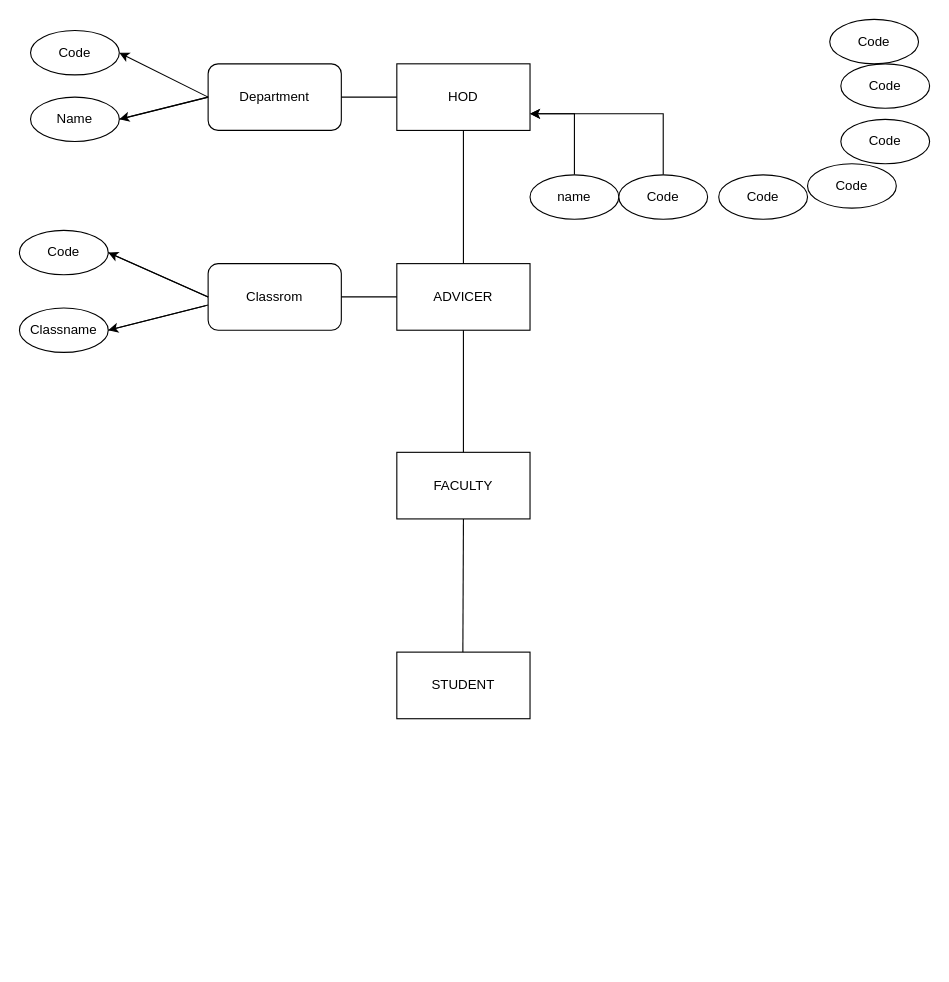
Earlier version of the draw.io diagram edulink.drawio (rajeshgowda116/Edulink). Source tidied: cells renumbered, new cells numbered last; positions are measured from the earlier drawing's top-left corner, leaving out a move shared by most shapes. Both pictures are drawn from the tidied source at 111%, with x=0, y=0 at pixel (19, 19).
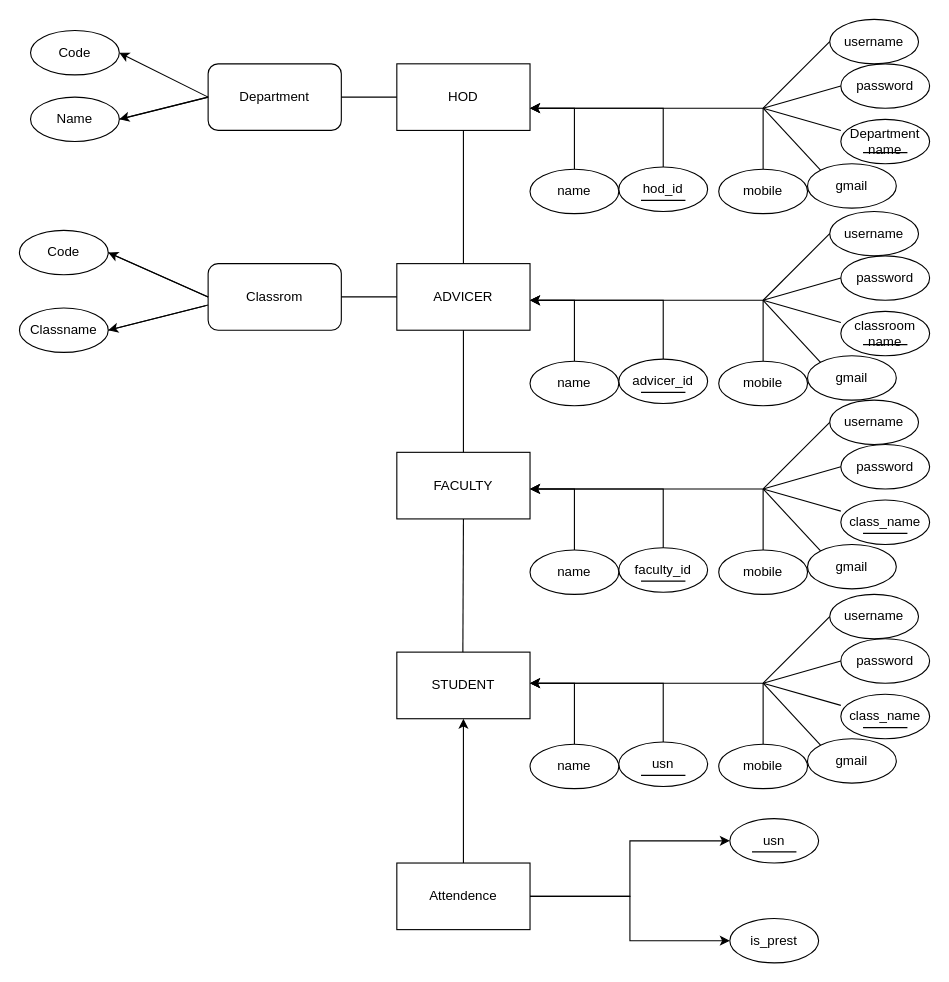
The same page after the edit.

The change refers to these unchanged cells:
```xml
<mxCell id="3" value="HOD" style="rounded=0;whiteSpace=wrap;html=1;" parent="1" vertex="1">
  <mxGeometry x="340" y="40" width="120" height="60" as="geometry" />
</mxCell>
<mxCell id="5" value="STUDENT" style="rounded=0;whiteSpace=wrap;html=1;" parent="1" vertex="1">
  <mxGeometry x="340" y="570" width="120" height="60" as="geometry" />
</mxCell>
```

Diff of the diagram source:
```diff
@@
-    <mxCell id="20" value="Code" style="ellipse;whiteSpace=wrap;html=1;" parent="1" vertex="1">
+    <mxCell id="20" value="username" style="ellipse;whiteSpace=wrap;html=1;" parent="1" vertex="1">
       <mxGeometry x="730" width="80" height="40" as="geometry" />
     </mxCell>
-    <mxCell id="21" value="Code" style="ellipse;whiteSpace=wrap;html=1;" parent="1" vertex="1">
+    <mxCell id="21" value="password" style="ellipse;whiteSpace=wrap;html=1;" parent="1" vertex="1">
       <mxGeometry x="740" y="40" width="80" height="40" as="geometry" />
     </mxCell>
-    <mxCell id="22" value="Code" style="ellipse;whiteSpace=wrap;html=1;" parent="1" vertex="1">
+    <mxCell id="22" value="gmail" style="ellipse;whiteSpace=wrap;html=1;" parent="1" vertex="1">
       <mxGeometry x="710" y="130" width="80" height="40" as="geometry" />
     </mxCell>
-    <mxCell id="23" style="edgeStyle=orthogonalEdgeStyle;rounded=0;jettySize=auto;html=1;entryX=1;entryY=0.75;entryDx=0;entryDy=0;" parent="1" edge="1" source="24" target="3">
-      <mxGeometry relative="1" as="geometry" />
+    <mxCell id="23" style="edgeStyle=orthogonalEdgeStyle;rounded=0;jettySize=auto;html=1;entryX=1;entryY=0.75;entryDx=0;entryDy=0;" parent="1" edge="1" source="24">
+      <mxGeometry relative="1" as="geometry">
+        <mxPoint x="460" y="80" as="targetPoint" />
+        <Array as="points">
+          <mxPoint x="500" y="80" />
+        </Array>
+      </mxGeometry>
     </mxCell>
     <mxCell id="24" value="name" style="ellipse;whiteSpace=wrap;html=1;" parent="1" vertex="1">
-      <mxGeometry x="460" y="140" width="80" height="40" as="geometry" />
+      <mxGeometry x="460" y="135" width="80" height="40" as="geometry" />
     </mxCell>
-    <mxCell id="25" style="edgeStyle=orthogonalEdgeStyle;rounded=0;jettySize=auto;html=1;entryX=1;entryY=0.75;entryDx=0;entryDy=0;" parent="1" edge="1" target="3">
+    <mxCell id="25" style="edgeStyle=orthogonalEdgeStyle;rounded=0;orthogonalLoop=1;jettySize=auto;html=1;entryX=1;entryY=0.75;entryDx=0;entryDy=0;" parent="1" edge="1">
       <mxGeometry relative="1" as="geometry">
-        <mxPoint x="580" y="140" as="sourcePoint" />
+        <mxPoint x="580" y="135" as="sourcePoint" />
+        <mxPoint x="460" y="80" as="targetPoint" />
         <Array as="points">
-          <mxPoint x="580" y="85" />
+          <mxPoint x="580" y="80" />
         </Array>
       </mxGeometry>
     </mxCell>
-    <mxCell id="26" value="Code" style="ellipse;whiteSpace=wrap;html=1;" parent="1" vertex="1">
-      <mxGeometry x="540" y="140" width="80" height="40" as="geometry" />
+    <mxCell id="26" value="hod_id" style="ellipse;whiteSpace=wrap;html=1;" parent="1" vertex="1">
+      <mxGeometry x="540" y="133" width="80" height="40" as="geometry" />
     </mxCell>
+    <mxCell id="33" style="edgeStyle=orthogonalEdgeStyle;rounded=0;jettySize=auto;html=1;" parent="1" edge="1" source="27">
+      <mxGeometry relative="1" as="geometry">
+        <mxPoint x="460" y="80" as="targetPoint" />
+        <Array as="points">
+          <mxPoint x="670" y="80" />
+        </Array>
+      </mxGeometry>
+    </mxCell>
-    <mxCell id="27" value="Code" style="ellipse;whiteSpace=wrap;html=1;" parent="1" vertex="1">
-      <mxGeometry x="630" y="140" width="80" height="40" as="geometry" />
+    <mxCell id="27" value="mobile" style="ellipse;whiteSpace=wrap;html=1;" parent="1" vertex="1">
+      <mxGeometry x="630" y="135" width="80" height="40" as="geometry" />
     </mxCell>
-    <mxCell id="28" value="Code" style="ellipse;whiteSpace=wrap;html=1;" parent="1" vertex="1">
+    <mxCell id="28" value="Department name" style="ellipse;whiteSpace=wrap;html=1;" parent="1" vertex="1">
       <mxGeometry x="740" y="90" width="80" height="40" as="geometry" />
     </mxCell>
@@
+    <mxCell id="34" style="endArrow=none;html=1;rounded=0;" parent="1" edge="1">
+      <mxGeometry relative="1" as="geometry">
+        <mxPoint x="560" y="163" as="sourcePoint" />
+        <mxPoint x="600" y="163" as="targetPoint" />
+      </mxGeometry>
+    </mxCell>
+    <mxCell id="35" style="endArrow=none;html=1;rounded=0;" parent="1" edge="1">
+      <mxGeometry relative="1" as="geometry">
+        <mxPoint x="760" y="120" as="sourcePoint" />
+        <mxPoint x="800" y="120" as="targetPoint" />
+      </mxGeometry>
+    </mxCell>
+    <mxCell id="36" style="endArrow=none;html=1;rounded=0;exitX=0;exitY=0;exitDx=0;exitDy=0;" parent="1" edge="1" source="22">
+      <mxGeometry relative="1" as="geometry">
+        <mxPoint x="670" y="80" as="targetPoint" />
+      </mxGeometry>
+    </mxCell>
+    <mxCell id="37" style="endArrow=none;html=1;rounded=0;exitX=0;exitY=0.5;exitDx=0;exitDy=0;" parent="1" edge="1">
+      <mxGeometry relative="1" as="geometry">
+        <mxPoint x="740" y="100" as="sourcePoint" />
+        <mxPoint x="670" y="80" as="targetPoint" />
+      </mxGeometry>
+    </mxCell>
+    <mxCell id="38" style="endArrow=none;html=1;rounded=0;exitX=0;exitY=0.5;exitDx=0;exitDy=0;" parent="1" edge="1" source="21">
+      <mxGeometry relative="1" as="geometry">
+        <mxPoint x="670" y="80" as="targetPoint" />
+      </mxGeometry>
+    </mxCell>
+    <mxCell id="39" style="endArrow=none;html=1;rounded=0;exitX=0;exitY=0.5;exitDx=0;exitDy=0;" parent="1" edge="1" source="20">
+      <mxGeometry relative="1" as="geometry">
+        <mxPoint x="670" y="80" as="targetPoint" />
+      </mxGeometry>
+    </mxCell>
+    <mxCell id="40" value="username" style="ellipse;whiteSpace=wrap;html=1;" parent="1" vertex="1">
+      <mxGeometry x="730" y="173" width="80" height="40" as="geometry" />
+    </mxCell>
+    <mxCell id="41" value="password" style="ellipse;whiteSpace=wrap;html=1;" parent="1" vertex="1">
+      <mxGeometry x="740" y="213" width="80" height="40" as="geometry" />
+    </mxCell>
+    <mxCell id="42" value="gmail" style="ellipse;whiteSpace=wrap;html=1;" parent="1" vertex="1">
+      <mxGeometry x="710" y="303" width="80" height="40" as="geometry" />
+    </mxCell>
+    <mxCell id="43" style="edgeStyle=orthogonalEdgeStyle;rounded=0;jettySize=auto;html=1;entryX=1;entryY=0.75;entryDx=0;entryDy=0;" parent="1" edge="1" source="44">
+      <mxGeometry relative="1" as="geometry">
+        <mxPoint x="460" y="253" as="targetPoint" />
+        <Array as="points">
+          <mxPoint x="500" y="253" />
+        </Array>
+      </mxGeometry>
+    </mxCell>
+    <mxCell id="44" value="name" style="ellipse;whiteSpace=wrap;html=1;" parent="1" vertex="1">
+      <mxGeometry x="460" y="308" width="80" height="40" as="geometry" />
+    </mxCell>
+    <mxCell id="45" style="edgeStyle=orthogonalEdgeStyle;rounded=0;orthogonalLoop=1;jettySize=auto;html=1;entryX=1;entryY=0.75;entryDx=0;entryDy=0;" parent="1" edge="1">
+      <mxGeometry relative="1" as="geometry">
+        <mxPoint x="580" y="308" as="sourcePoint" />
+        <mxPoint x="460" y="253" as="targetPoint" />
+        <Array as="points">
+          <mxPoint x="580" y="253" />
+        </Array>
+      </mxGeometry>
+    </mxCell>
+    <mxCell id="46" value="advicer_id" style="ellipse;whiteSpace=wrap;html=1;" parent="1" vertex="1">
+      <mxGeometry x="540" y="306" width="80" height="40" as="geometry" />
+    </mxCell>
+    <mxCell id="47" style="edgeStyle=orthogonalEdgeStyle;rounded=0;jettySize=auto;html=1;" parent="1" edge="1" source="48">
+      <mxGeometry relative="1" as="geometry">
+        <mxPoint x="460" y="253" as="targetPoint" />
+        <Array as="points">
+          <mxPoint x="670" y="253" />
+        </Array>
+      </mxGeometry>
+    </mxCell>
+    <mxCell id="48" value="mobile" style="ellipse;whiteSpace=wrap;html=1;" parent="1" vertex="1">
+      <mxGeometry x="630" y="308" width="80" height="40" as="geometry" />
+    </mxCell>
+    <mxCell id="49" value="classroom name" style="ellipse;whiteSpace=wrap;html=1;" parent="1" vertex="1">
+      <mxGeometry x="740" y="263" width="80" height="40" as="geometry" />
+    </mxCell>
+    <mxCell id="50" style="endArrow=none;html=1;rounded=0;" parent="1" edge="1">
+      <mxGeometry relative="1" as="geometry">
+        <mxPoint x="560" y="336" as="sourcePoint" />
+        <mxPoint x="600" y="336" as="targetPoint" />
+      </mxGeometry>
+    </mxCell>
+    <mxCell id="51" style="endArrow=none;html=1;rounded=0;" parent="1" edge="1">
+      <mxGeometry relative="1" as="geometry">
+        <mxPoint x="760" y="293" as="sourcePoint" />
+        <mxPoint x="800" y="293" as="targetPoint" />
+      </mxGeometry>
+    </mxCell>
+    <mxCell id="52" style="endArrow=none;html=1;rounded=0;exitX=0;exitY=0;exitDx=0;exitDy=0;" parent="1" edge="1" source="42">
+      <mxGeometry relative="1" as="geometry">
+        <mxPoint x="670" y="253" as="targetPoint" />
+      </mxGeometry>
+    </mxCell>
+    <mxCell id="53" style="endArrow=none;html=1;rounded=0;exitX=0;exitY=0.5;exitDx=0;exitDy=0;" parent="1" edge="1">
+      <mxGeometry relative="1" as="geometry">
+        <mxPoint x="740" y="273" as="sourcePoint" />
+        <mxPoint x="670" y="253" as="targetPoint" />
+      </mxGeometry>
+    </mxCell>
+    <mxCell id="54" style="endArrow=none;html=1;rounded=0;exitX=0;exitY=0.5;exitDx=0;exitDy=0;" parent="1" edge="1" source="41">
+      <mxGeometry relative="1" as="geometry">
+        <mxPoint x="670" y="253" as="targetPoint" />
+      </mxGeometry>
+    </mxCell>
+    <mxCell id="55" style="endArrow=none;html=1;rounded=0;exitX=0;exitY=0.5;exitDx=0;exitDy=0;" parent="1" edge="1" source="40">
+      <mxGeometry relative="1" as="geometry">
+        <mxPoint x="670" y="253" as="targetPoint" />
+      </mxGeometry>
+    </mxCell>
+    <mxCell id="56" value="username" style="ellipse;whiteSpace=wrap;html=1;" parent="1" vertex="1">
+      <mxGeometry x="730" y="343" width="80" height="40" as="geometry" />
+    </mxCell>
+    <mxCell id="57" value="password" style="ellipse;whiteSpace=wrap;html=1;" parent="1" vertex="1">
+      <mxGeometry x="740" y="383" width="80" height="40" as="geometry" />
+    </mxCell>
+    <mxCell id="58" value="gmail" style="ellipse;whiteSpace=wrap;html=1;" parent="1" vertex="1">
+      <mxGeometry x="710" y="473" width="80" height="40" as="geometry" />
+    </mxCell>
+    <mxCell id="59" style="edgeStyle=orthogonalEdgeStyle;rounded=0;jettySize=auto;html=1;entryX=1;entryY=0.75;entryDx=0;entryDy=0;" parent="1" edge="1" source="60">
+      <mxGeometry relative="1" as="geometry">
+        <mxPoint x="460" y="423" as="targetPoint" />
+        <Array as="points">
+          <mxPoint x="500" y="423" />
+        </Array>
+      </mxGeometry>
+    </mxCell>
+    <mxCell id="60" value="name" style="ellipse;whiteSpace=wrap;html=1;" parent="1" vertex="1">
+      <mxGeometry x="460" y="478" width="80" height="40" as="geometry" />
+    </mxCell>
+    <mxCell id="61" style="edgeStyle=orthogonalEdgeStyle;rounded=0;orthogonalLoop=1;jettySize=auto;html=1;entryX=1;entryY=0.75;entryDx=0;entryDy=0;" parent="1" edge="1">
+      <mxGeometry relative="1" as="geometry">
+        <mxPoint x="580" y="478" as="sourcePoint" />
+        <mxPoint x="460" y="423" as="targetPoint" />
+        <Array as="points">
+          <mxPoint x="580" y="423" />
+        </Array>
+      </mxGeometry>
+    </mxCell>
+    <mxCell id="62" value="faculty_id" style="ellipse;whiteSpace=wrap;html=1;" parent="1" vertex="1">
+      <mxGeometry x="540" y="476" width="80" height="40" as="geometry" />
+    </mxCell>
+    <mxCell id="63" style="edgeStyle=orthogonalEdgeStyle;rounded=0;jettySize=auto;html=1;" parent="1" edge="1" source="64">
+      <mxGeometry relative="1" as="geometry">
+        <mxPoint x="460" y="423" as="targetPoint" />
+        <Array as="points">
+          <mxPoint x="670" y="423" />
+        </Array>
+      </mxGeometry>
+    </mxCell>
+    <mxCell id="64" value="mobile" style="ellipse;whiteSpace=wrap;html=1;" parent="1" vertex="1">
+      <mxGeometry x="630" y="478" width="80" height="40" as="geometry" />
+    </mxCell>
+    <mxCell id="65" value="class_name" style="ellipse;whiteSpace=wrap;html=1;" parent="1" vertex="1">
+      <mxGeometry x="740" y="433" width="80" height="40" as="geometry" />
+    </mxCell>
+    <mxCell id="66" style="endArrow=none;html=1;rounded=0;" parent="1" edge="1">
+      <mxGeometry relative="1" as="geometry">
+        <mxPoint x="560" y="506" as="sourcePoint" />
+        <mxPoint x="600" y="506" as="targetPoint" />
+      </mxGeometry>
+    </mxCell>
+    <mxCell id="67" style="endArrow=none;html=1;rounded=0;" parent="1" edge="1">
+      <mxGeometry relative="1" as="geometry">
+        <mxPoint x="760" y="463" as="sourcePoint" />
+        <mxPoint x="800" y="463" as="targetPoint" />
+      </mxGeometry>
+    </mxCell>
+    <mxCell id="68" style="endArrow=none;html=1;rounded=0;exitX=0;exitY=0;exitDx=0;exitDy=0;" parent="1" edge="1" source="58">
+      <mxGeometry relative="1" as="geometry">
+        <mxPoint x="670" y="423" as="targetPoint" />
+      </mxGeometry>
+    </mxCell>
+    <mxCell id="69" style="endArrow=none;html=1;rounded=0;exitX=0;exitY=0.5;exitDx=0;exitDy=0;" parent="1" edge="1">
+      <mxGeometry relative="1" as="geometry">
+        <mxPoint x="740" y="443" as="sourcePoint" />
+        <mxPoint x="670" y="423" as="targetPoint" />
+      </mxGeometry>
+    </mxCell>
+    <mxCell id="70" style="endArrow=none;html=1;rounded=0;exitX=0;exitY=0.5;exitDx=0;exitDy=0;" parent="1" edge="1" source="57">
+      <mxGeometry relative="1" as="geometry">
+        <mxPoint x="670" y="423" as="targetPoint" />
+      </mxGeometry>
+    </mxCell>
+    <mxCell id="71" style="endArrow=none;html=1;rounded=0;exitX=0;exitY=0.5;exitDx=0;exitDy=0;" parent="1" edge="1" source="56">
+      <mxGeometry relative="1" as="geometry">
+        <mxPoint x="670" y="423" as="targetPoint" />
+      </mxGeometry>
+    </mxCell>
+    <mxCell id="72" value="username" style="ellipse;whiteSpace=wrap;html=1;" parent="1" vertex="1">
+      <mxGeometry x="730" y="518" width="80" height="40" as="geometry" />
+    </mxCell>
+    <mxCell id="73" value="password" style="ellipse;whiteSpace=wrap;html=1;" parent="1" vertex="1">
+      <mxGeometry x="740" y="558" width="80" height="40" as="geometry" />
+    </mxCell>
+    <mxCell id="74" value="gmail" style="ellipse;whiteSpace=wrap;html=1;" parent="1" vertex="1">
+      <mxGeometry x="710" y="648" width="80" height="40" as="geometry" />
+    </mxCell>
+    <mxCell id="75" style="edgeStyle=orthogonalEdgeStyle;rounded=0;jettySize=auto;html=1;entryX=1;entryY=0.75;entryDx=0;entryDy=0;" parent="1" edge="1" source="76">
+      <mxGeometry relative="1" as="geometry">
+        <mxPoint x="460" y="598" as="targetPoint" />
+        <Array as="points">
+          <mxPoint x="500" y="598" />
+        </Array>
+      </mxGeometry>
+    </mxCell>
+    <mxCell id="76" value="name" style="ellipse;whiteSpace=wrap;html=1;" parent="1" vertex="1">
+      <mxGeometry x="460" y="653" width="80" height="40" as="geometry" />
+    </mxCell>
+    <mxCell id="77" style="edgeStyle=orthogonalEdgeStyle;rounded=0;orthogonalLoop=1;jettySize=auto;html=1;entryX=1;entryY=0.75;entryDx=0;entryDy=0;" parent="1" edge="1">
+      <mxGeometry relative="1" as="geometry">
+        <mxPoint x="580" y="653" as="sourcePoint" />
+        <mxPoint x="460" y="598" as="targetPoint" />
+        <Array as="points">
+          <mxPoint x="580" y="598" />
+        </Array>
+      </mxGeometry>
+    </mxCell>
+    <mxCell id="78" value="usn" style="ellipse;whiteSpace=wrap;html=1;" parent="1" vertex="1">
+      <mxGeometry x="540" y="651" width="80" height="40" as="geometry" />
+    </mxCell>
+    <mxCell id="79" style="edgeStyle=orthogonalEdgeStyle;rounded=0;jettySize=auto;html=1;" parent="1" edge="1" source="80">
+      <mxGeometry relative="1" as="geometry">
+        <mxPoint x="460" y="598" as="targetPoint" />
+        <Array as="points">
+          <mxPoint x="670" y="598" />
+        </Array>
+      </mxGeometry>
+    </mxCell>
+    <mxCell id="80" value="mobile" style="ellipse;whiteSpace=wrap;html=1;" parent="1" vertex="1">
+      <mxGeometry x="630" y="653" width="80" height="40" as="geometry" />
+    </mxCell>
+    <mxCell id="81" value="class_name" style="ellipse;whiteSpace=wrap;html=1;" parent="1" vertex="1">
+      <mxGeometry x="740" y="608" width="80" height="40" as="geometry" />
+    </mxCell>
+    <mxCell id="82" style="endArrow=none;html=1;rounded=0;" parent="1" edge="1">
+      <mxGeometry relative="1" as="geometry">
+        <mxPoint x="560" y="681" as="sourcePoint" />
+        <mxPoint x="600" y="681" as="targetPoint" />
+      </mxGeometry>
+    </mxCell>
+    <mxCell id="83" style="endArrow=none;html=1;rounded=0;" parent="1" edge="1">
+      <mxGeometry relative="1" as="geometry">
+        <mxPoint x="760" y="638" as="sourcePoint" />
+        <mxPoint x="800" y="638" as="targetPoint" />
+      </mxGeometry>
+    </mxCell>
+    <mxCell id="84" style="endArrow=none;html=1;rounded=0;exitX=0;exitY=0;exitDx=0;exitDy=0;" parent="1" edge="1" source="74">
+      <mxGeometry relative="1" as="geometry">
+        <mxPoint x="670" y="598" as="targetPoint" />
+      </mxGeometry>
+    </mxCell>
+    <mxCell id="85" style="endArrow=none;html=1;rounded=0;exitX=0;exitY=0.5;exitDx=0;exitDy=0;" parent="1" edge="1">
+      <mxGeometry relative="1" as="geometry">
+        <mxPoint x="740" y="618" as="sourcePoint" />
+        <mxPoint x="670" y="598" as="targetPoint" />
+      </mxGeometry>
+    </mxCell>
+    <mxCell id="86" style="endArrow=none;html=1;rounded=0;exitX=0;exitY=0.5;exitDx=0;exitDy=0;" parent="1" edge="1" source="73">
+      <mxGeometry relative="1" as="geometry">
+        <mxPoint x="670" y="598" as="targetPoint" />
+      </mxGeometry>
+    </mxCell>
+    <mxCell id="87" style="endArrow=none;html=1;rounded=0;exitX=0;exitY=0.5;exitDx=0;exitDy=0;" parent="1" edge="1" source="72">
+      <mxGeometry relative="1" as="geometry">
+        <mxPoint x="670" y="598" as="targetPoint" />
+      </mxGeometry>
+    </mxCell>
+    <mxCell id="88" style="edgeStyle=orthogonalEdgeStyle;rounded=0;jettySize=auto;html=1;entryX=0.5;entryY=1;entryDx=0;entryDy=0;" parent="1" edge="1" source="91" target="5">
+      <mxGeometry relative="1" as="geometry" />
+    </mxCell>
+    <mxCell id="89" style="edgeStyle=orthogonalEdgeStyle;rounded=0;jettySize=auto;html=1;entryX=0;entryY=0.5;entryDx=0;entryDy=0;" parent="1" edge="1" source="91" target="94">
+      <mxGeometry relative="1" as="geometry" />
+    </mxCell>
+    <mxCell id="90" style="edgeStyle=orthogonalEdgeStyle;rounded=0;jettySize=auto;html=1;entryX=0;entryY=0.5;entryDx=0;entryDy=0;" parent="1" edge="1" source="91" target="92">
+      <mxGeometry relative="1" as="geometry" />
+    </mxCell>
+    <mxCell id="91" value="Attendence" style="rounded=0;whiteSpace=wrap;html=1;" parent="1" vertex="1">
+      <mxGeometry x="340" y="760" width="120" height="60" as="geometry" />
+    </mxCell>
+    <mxCell id="92" value="usn" style="ellipse;whiteSpace=wrap;html=1;" parent="1" vertex="1">
+      <mxGeometry x="640" y="720" width="80" height="40" as="geometry" />
+    </mxCell>
+    <mxCell id="93" style="endArrow=none;html=1;rounded=0;" parent="1" edge="1">
+      <mxGeometry relative="1" as="geometry">
+        <mxPoint x="660" y="750" as="sourcePoint" />
+        <mxPoint x="700" y="750" as="targetPoint" />
+      </mxGeometry>
+    </mxCell>
+    <mxCell id="94" value="is_prest" style="ellipse;whiteSpace=wrap;html=1;" parent="1" vertex="1">
+      <mxGeometry x="640" y="810" width="80" height="40" as="geometry" />
+    </mxCell>
```
